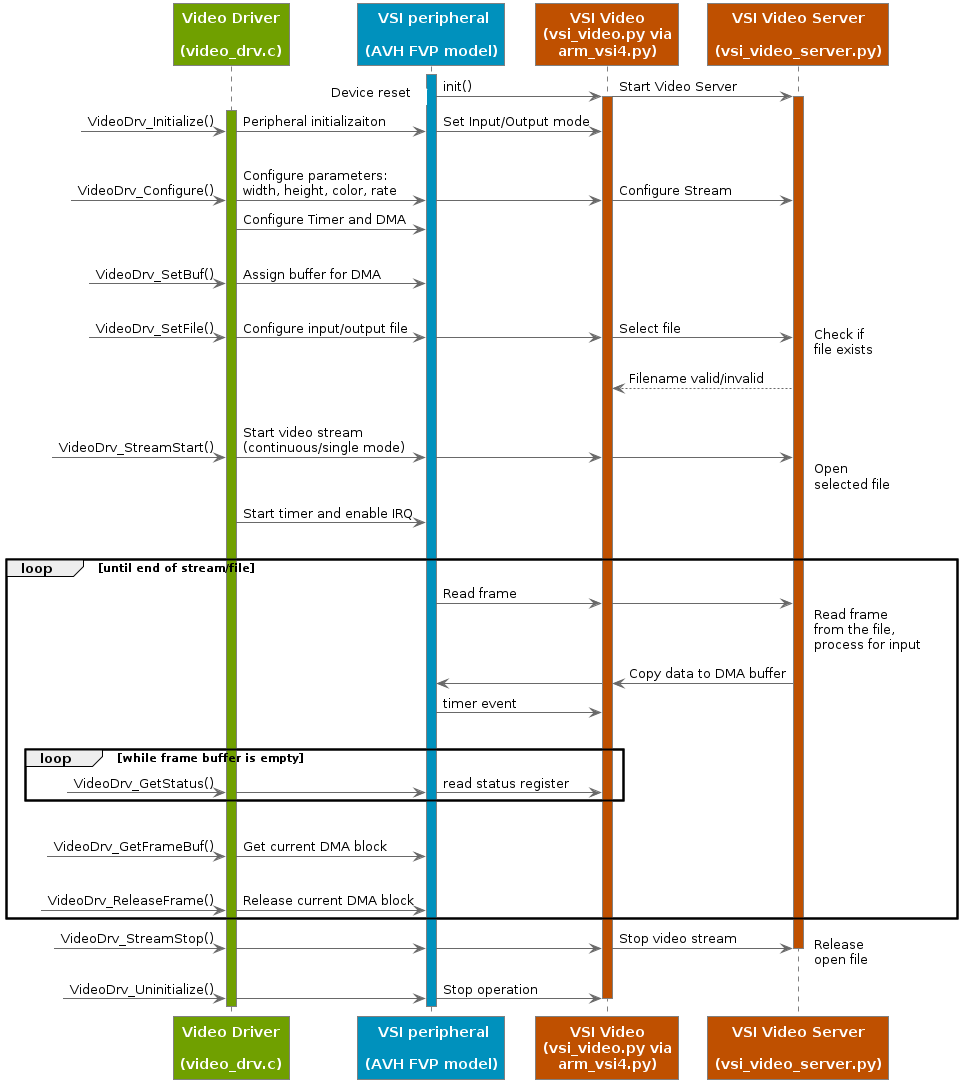
Above: main/simulation/html/using_video_vsi_uml.png in ARM-software/AVH (PlantUML), before the change.
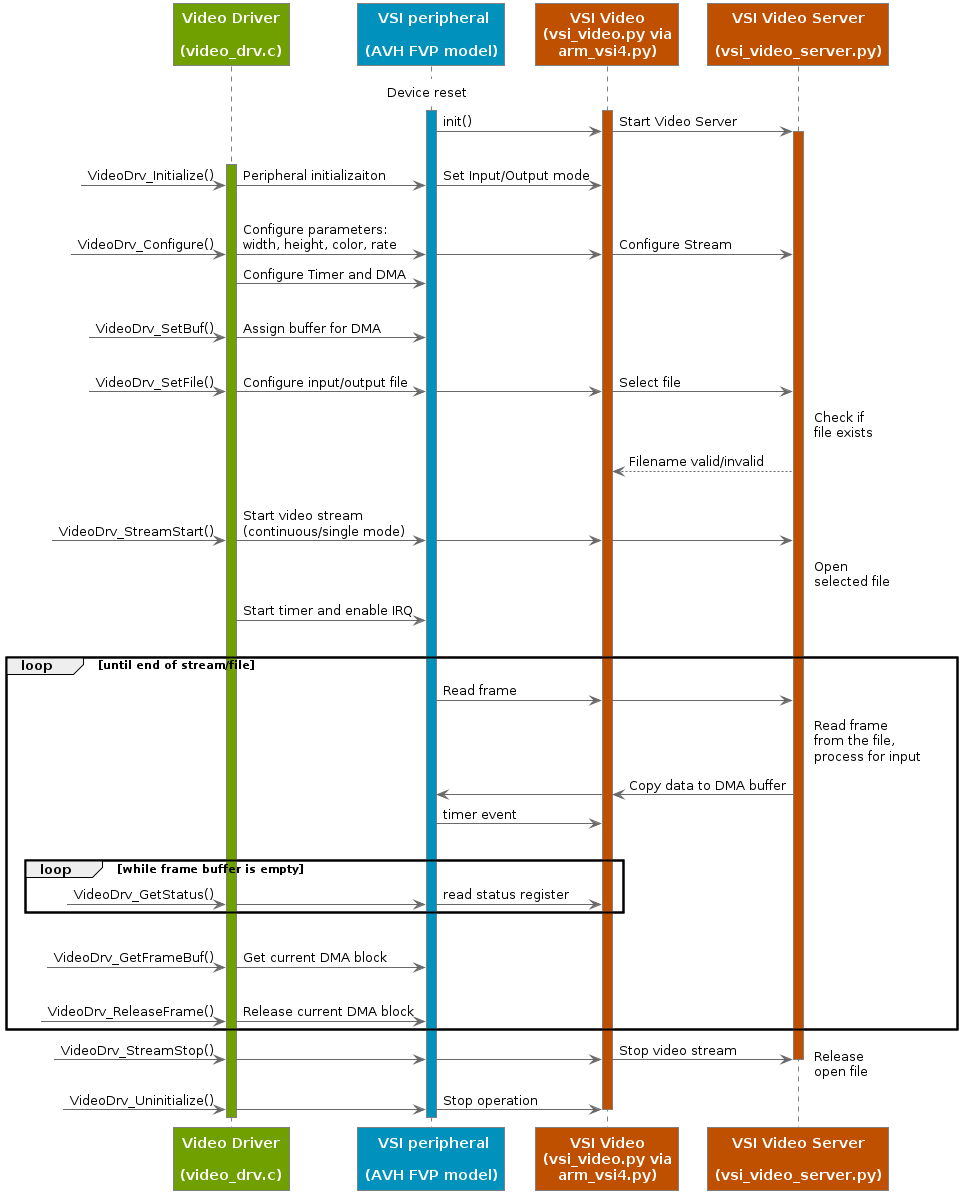
The same diagram one commit later.

The edit, as a diff of the source:
```diff
@@ -21,13 +21,17 @@
 participant VSIVideopy as "VSI Video\n(vsi_video.py via\narm_vsi4.py)" #BF5000
 participant VSIVideoSrvpy as "VSI Video Server\n\n(vsi_video_server.py)" #BF5000
 
+
+
+note over VSIPer : Device reset
 activate VSIPer #0091BD
+activate VSIVideopy #BF5000
 
 VSIPer -> VSIVideopy : init()
-note left: Device reset
-activate VSIVideopy #BF5000
 & VSIVideopy -> VSIVideoSrvpy : Start Video Server
 activate VSIVideoSrvpy #BF5000
+
+|||
 
 activate VideoDrv #70A000
 ?-> VideoDrv : VideoDrv_Initialize()
@@ -41,47 +45,53 @@
 & VSIPer -> VSIVideopy
 & VSIVideopy -> VSIVideoSrvpy : Configure Stream
 VideoDrv -> VSIPer: Configure Timer and DMA
+
 |||
 
 ?-> VideoDrv: VideoDrv_SetBuf()
 & VideoDrv -> VSIPer : Assign buffer for DMA
+
 |||
 
 ?-> VideoDrv: VideoDrv_SetFile()
 & VideoDrv -> VSIPer : Configure input/output file
 & VSIPer -> VSIVideopy
 & VSIVideopy -> VSIVideoSrvpy : Select file
-note right: Check if\nfile exists
+note right of VSIVideoSrvpy : Check if\nfile exists
 VSIVideopy <-- VSIVideoSrvpy : Filename valid/invalid
+
 |||
 
 ?-> VideoDrv: VideoDrv_StreamStart()
 & VideoDrv -> VSIPer : Start video stream\n(continuous/single mode)
 & VSIPer -> VSIVideopy
 & VSIVideopy -> VSIVideoSrvpy
-note right: Open\nselected file
+note right of VSIVideoSrvpy : Open\nselected file
 VideoDrv -> VSIPer : Start timer and enable IRQ
+
 |||
 
 loop until end of stream/file
 VSIPer -> VSIVideopy : Read frame
 & VSIVideopy -> VSIVideoSrvpy
-note right: Read frame\nfrom the file,\nprocess for input
+note right of VSIVideoSrvpy : Read frame\nfrom the file,\nprocess for input
 VSIVideopy <- VSIVideoSrvpy : Copy data to DMA buffer
 & VSIPer <- VSIVideopy
 VSIPer -> VSIVideopy : timer event
+
 |||
-
 
 loop while frame buffer is empty
 ?-> VideoDrv : VideoDrv_GetStatus()
 & VideoDrv -> VSIPer
 & VSIPer -> VSIVideopy : read status register
 end
+
 |||
 
 ?-> VideoDrv: VideoDrv_GetFrameBuf()
 & VideoDrv -> VSIPer : Get current DMA block
+
 |||
 
 ?-> VideoDrv: VideoDrv_ReleaseFrame()
@@ -94,13 +104,13 @@
 & VSIPer -> VSIVideopy
 & VSIVideopy -> VSIVideoSrvpy : Stop video stream
 note right: Release\nopen file
+
 deactivate VSIVideoSrvpy
 
 ?-> VideoDrv: VideoDrv_Uninitialize()
 & VideoDrv -> VSIPer
 & VSIPer -> VSIVideopy: Stop operation
 
-
 deactivate VSIVideopy
 deactivate VSIPer
 deactivate VideoDrv
```
